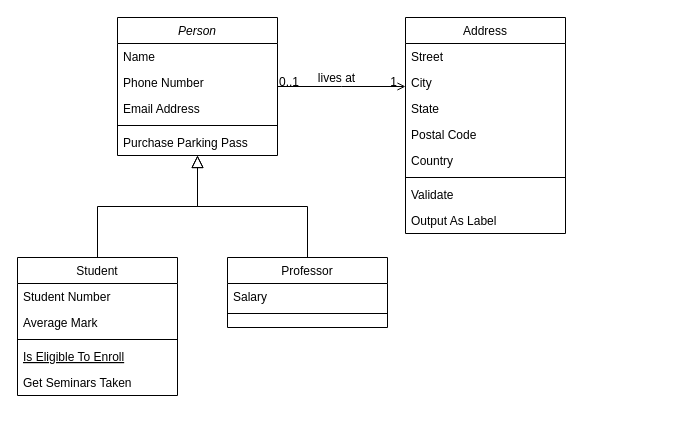
Above: Megnevezetlen diagram.drawio in atthy4/seleniumizzitas (draw.io), before the change. Source tidied: cells renumbered, new cells numbered last; positions are measured from the earlier drawing's top-left corner, leaving out a move shared by most shapes. Both pictures are drawn from the tidied source at 100%, with x=0, y=0 at pixel (17, 17).
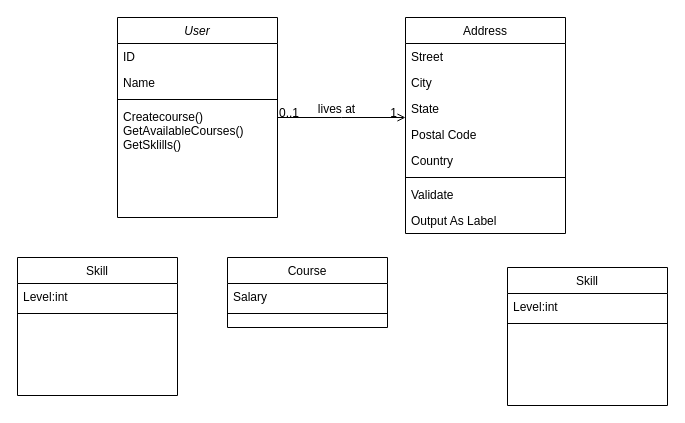
The same diagram, later.

Change to the diagram source:
```diff
@@
-    <mxCell id="2" value="Person" style="swimlane;fontStyle=2;align=center;verticalAlign=top;horizontal=1;startSize=26;rounded=0;shadow=0;strokeWidth=1;" parent="1" vertex="1">
-      <mxGeometry x="100" width="160" height="138" as="geometry" />
+    <mxCell id="2" value="User" style="swimlane;fontStyle=2;align=center;verticalAlign=top;horizontal=1;startSize=26;rounded=0;shadow=0;strokeWidth=1;" parent="1" vertex="1">
+      <mxGeometry x="100" width="160" height="200" as="geometry" />
     </mxCell>
-    <mxCell id="3" value="Name" style="text;align=left;verticalAlign=top;spacingLeft=4;spacingRight=4;overflow=hidden;" parent="2" vertex="1">
+    <mxCell id="3" value="ID" style="text;align=left;verticalAlign=top;spacingLeft=4;spacingRight=4;overflow=hidden;" parent="2" vertex="1">
       <mxGeometry y="26" width="160" height="26" as="geometry" />
     </mxCell>
-    <mxCell id="4" value="Phone Number" style="text;align=left;verticalAlign=top;spacingLeft=4;spacingRight=4;overflow=hidden;rounded=0;shadow=0;html=0;" parent="2" vertex="1">
+    <mxCell id="4" value="Name" style="text;align=left;verticalAlign=top;spacingLeft=4;spacingRight=4;overflow=hidden;rounded=0;shadow=0;html=0;" parent="2" vertex="1">
       <mxGeometry y="52" width="160" height="26" as="geometry" />
     </mxCell>
-    <mxCell id="5" value="Email Address" style="text;align=left;verticalAlign=top;spacingLeft=4;spacingRight=4;overflow=hidden;rounded=0;shadow=0;html=0;" parent="2" vertex="1">
-      <mxGeometry y="78" width="160" height="26" as="geometry" />
-    </mxCell>
     <mxCell id="6" style="line;html=1;strokeWidth=1;align=left;verticalAlign=middle;spacingTop=-1;spacingLeft=3;spacingRight=3;labelPosition=right;" parent="2" vertex="1">
-      <mxGeometry y="104" width="160" height="8" as="geometry" />
+      <mxGeometry y="78" width="160" height="8" as="geometry" />
     </mxCell>
-    <mxCell id="7" value="Purchase Parking Pass" style="text;align=left;verticalAlign=top;spacingLeft=4;spacingRight=4;overflow=hidden;" parent="2" vertex="1">
-      <mxGeometry y="112" width="160" height="26" as="geometry" />
+    <mxCell id="7" value="Createcourse()&#10;GetAvailableCourses()&#10;GetSklills()" style="text;align=left;verticalAlign=top;spacingLeft=4;spacingRight=4;overflow=hidden;" parent="2" vertex="1">
+      <mxGeometry y="86" width="160" height="64" as="geometry" />
     </mxCell>
-    <mxCell id="8" value="Student" style="swimlane;fontStyle=0;align=center;verticalAlign=top;horizontal=1;startSize=26;rounded=0;shadow=0;strokeWidth=1;" parent="1" vertex="1">
+    <mxCell id="8" value="Skill" style="swimlane;fontStyle=0;align=center;verticalAlign=top;horizontal=1;startSize=26;rounded=0;shadow=0;strokeWidth=1;" parent="1" vertex="1">
       <mxGeometry y="240" width="160" height="138" as="geometry" />
     </mxCell>
-    <mxCell id="9" value="Student Number" style="text;align=left;verticalAlign=top;spacingLeft=4;spacingRight=4;overflow=hidden;" parent="8" vertex="1">
+    <mxCell id="9" value="Level:int" style="text;align=left;verticalAlign=top;spacingLeft=4;spacingRight=4;overflow=hidden;" parent="8" vertex="1">
       <mxGeometry y="26" width="160" height="26" as="geometry" />
     </mxCell>
-    <mxCell id="10" value="Average Mark" style="text;align=left;verticalAlign=top;spacingLeft=4;spacingRight=4;overflow=hidden;rounded=0;shadow=0;html=0;" parent="8" vertex="1">
-      <mxGeometry y="52" width="160" height="26" as="geometry" />
-    </mxCell>
     <mxCell id="11" style="line;html=1;strokeWidth=1;align=left;verticalAlign=middle;spacingTop=-1;spacingLeft=3;spacingRight=3;labelPosition=right;" parent="8" vertex="1">
-      <mxGeometry y="78" width="160" height="8" as="geometry" />
+      <mxGeometry y="52" width="160" height="8" as="geometry" />
     </mxCell>
-    <mxCell id="12" value="Is Eligible To Enroll" style="text;align=left;verticalAlign=top;spacingLeft=4;spacingRight=4;overflow=hidden;fontStyle=4;" parent="8" vertex="1">
-      <mxGeometry y="86" width="160" height="26" as="geometry" />
-    </mxCell>
-    <mxCell id="13" value="Get Seminars Taken" style="text;align=left;verticalAlign=top;spacingLeft=4;spacingRight=4;overflow=hidden;" parent="8" vertex="1">
-      <mxGeometry y="112" width="160" height="26" as="geometry" />
-    </mxCell>
-    <mxCell id="14" style="endArrow=block;endSize=10;endFill=0;shadow=0;strokeWidth=1;rounded=0;edgeStyle=elbowEdgeStyle;elbow=vertical;" parent="1" edge="1" source="8" target="2">
-      <mxGeometry relative="1" as="geometry" />
-    </mxCell>
-    <mxCell id="15" value="Professor" style="swimlane;fontStyle=0;align=center;verticalAlign=top;horizontal=1;startSize=26;rounded=0;shadow=0;strokeWidth=1;" parent="1" vertex="1">
+    <mxCell id="15" value="Course" style="swimlane;fontStyle=0;align=center;verticalAlign=top;horizontal=1;startSize=26;rounded=0;shadow=0;strokeWidth=1;" parent="1" vertex="1">
       <mxGeometry x="210" y="240" width="160" height="70" as="geometry" />
     </mxCell>
@@
-    <mxCell id="18" style="endArrow=block;endSize=10;endFill=0;shadow=0;strokeWidth=1;rounded=0;edgeStyle=elbowEdgeStyle;elbow=vertical;" parent="1" edge="1" source="15" target="2">
-      <mxGeometry relative="1" as="geometry" />
-    </mxCell>
@@
+    <mxCell id="32" value="Skill" style="swimlane;fontStyle=0;align=center;verticalAlign=top;horizontal=1;startSize=26;rounded=0;shadow=0;strokeWidth=1;" parent="1" vertex="1">
+      <mxGeometry x="490" y="250" width="160" height="138" as="geometry" />
+    </mxCell>
+    <mxCell id="33" value="Level:int" style="text;align=left;verticalAlign=top;spacingLeft=4;spacingRight=4;overflow=hidden;" parent="32" vertex="1">
+      <mxGeometry y="26" width="160" height="26" as="geometry" />
+    </mxCell>
+    <mxCell id="34" style="line;html=1;strokeWidth=1;align=left;verticalAlign=middle;spacingTop=-1;spacingLeft=3;spacingRight=3;labelPosition=right;" parent="32" vertex="1">
+      <mxGeometry y="52" width="160" height="8" as="geometry" />
+    </mxCell>
```
